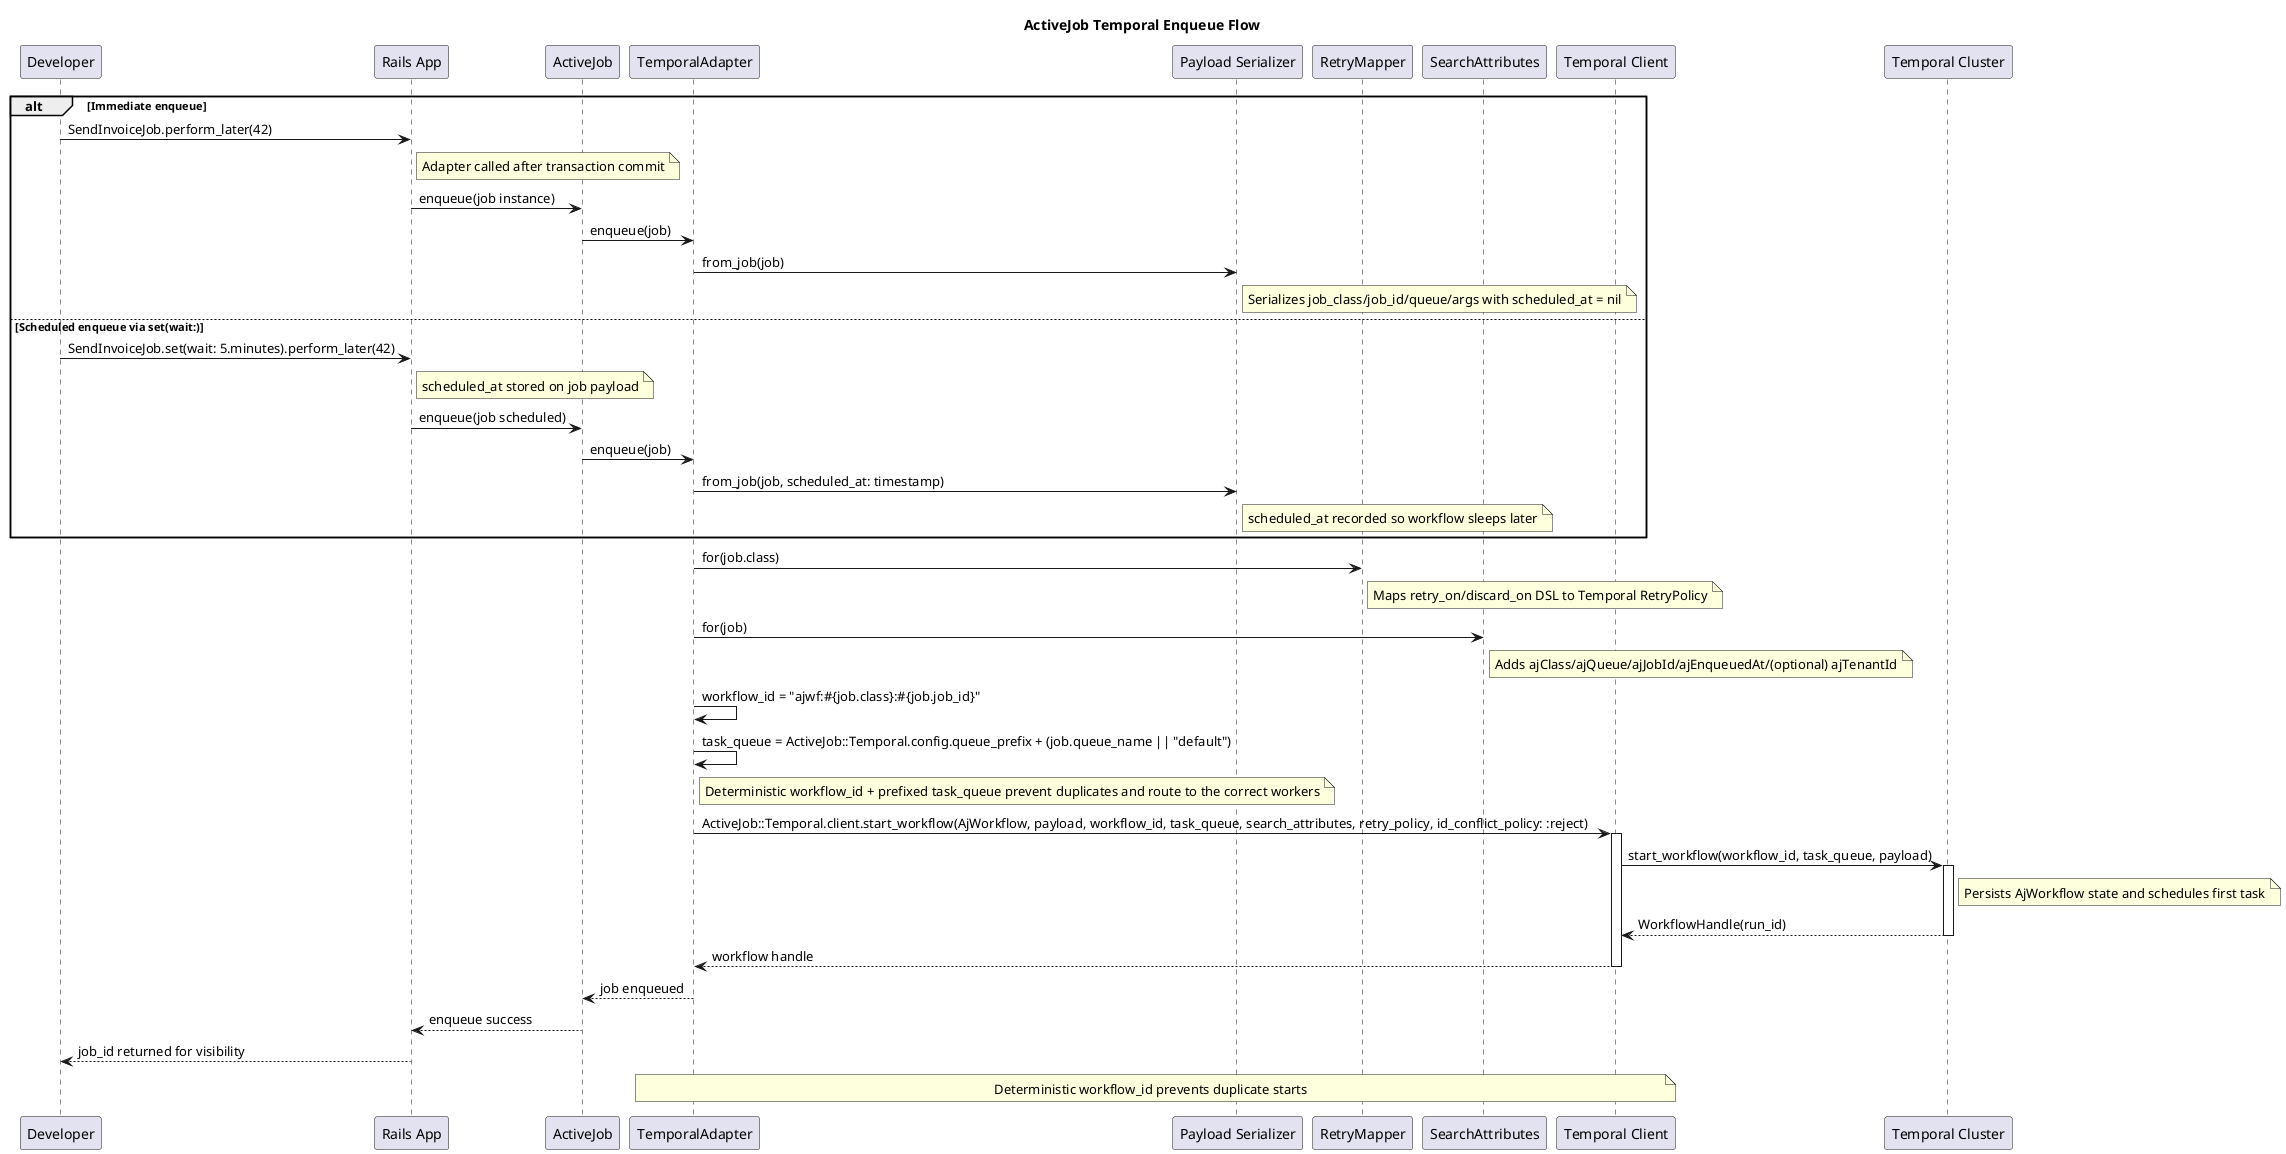
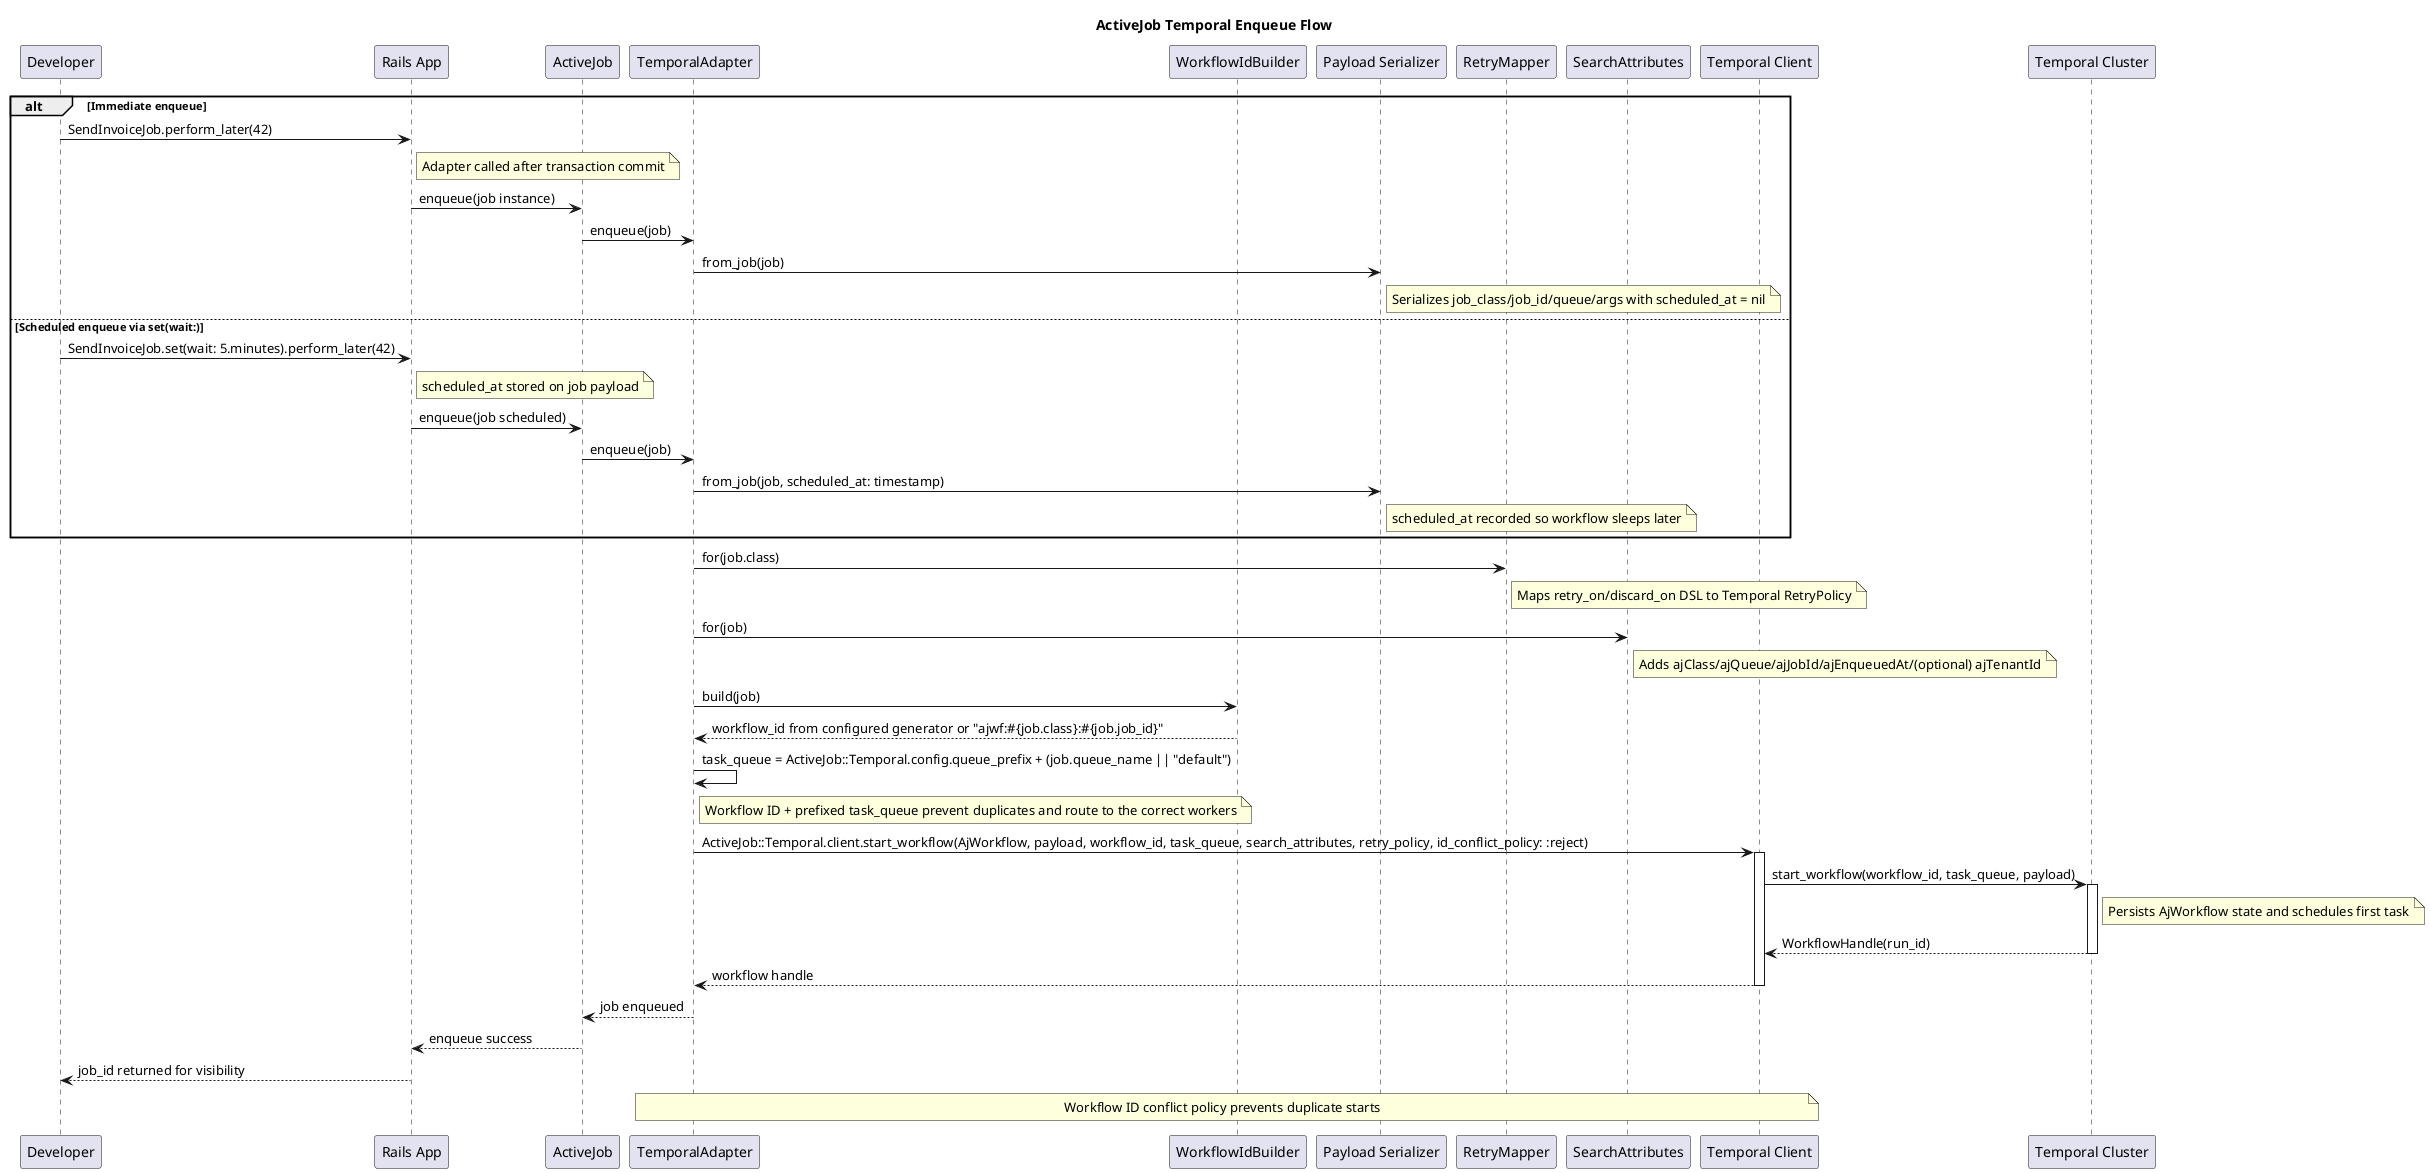
@startuml
title ActiveJob Temporal Enqueue Flow

participant "Developer" as Dev
participant "Rails App" as Rails
participant "ActiveJob" as AJ
participant "TemporalAdapter" as Adapter
+ participant "WorkflowIdBuilder" as Builder
participant "Payload Serializer" as Payload
participant "RetryMapper" as Retry
participant "SearchAttributes" as Search
participant "Temporal Client" as Client
participant "Temporal Cluster" as Temporal

alt Immediate enqueue
  Dev -> Rails: SendInvoiceJob.perform_later(42)
  note right of Rails: Adapter called after transaction commit
  Rails -> AJ: enqueue(job instance)
  AJ -> Adapter: enqueue(job)
  Adapter -> Payload: from_job(job)
  note right of Payload: Serializes job_class/job_id/queue/args with scheduled_at = nil
else Scheduled enqueue via set(wait:)
  Dev -> Rails: SendInvoiceJob.set(wait: 5.minutes).perform_later(42)
  note right of Rails: scheduled_at stored on job payload
  Rails -> AJ: enqueue(job scheduled)
  AJ -> Adapter: enqueue(job)
  Adapter -> Payload: from_job(job, scheduled_at: timestamp)
  note right of Payload: scheduled_at recorded so workflow sleeps later
end
Adapter -> Retry: for(job.class)
note right of Retry: Maps retry_on/discard_on DSL to Temporal RetryPolicy
Adapter -> Search: for(job)
note right of Search: Adds ajClass/ajQueue/ajJobId/ajEnqueuedAt/(optional) ajTenantId
- Adapter -> Adapter: workflow_id = "ajwf:#{job.class}:#{job.job_id}"
+ Adapter -> Builder: build(job)
+ Builder --> Adapter: workflow_id from configured generator or "ajwf:#{job.class}:#{job.job_id}"
Adapter -> Adapter: task_queue = ActiveJob::Temporal.config.queue_prefix + (job.queue_name || "default")
- note right of Adapter: Deterministic workflow_id + prefixed task_queue prevent duplicates and route to the correct workers
+ note right of Adapter: Workflow ID + prefixed task_queue prevent duplicates and route to the correct workers
Adapter -> Client: ActiveJob::Temporal.client.start_workflow(AjWorkflow, payload, workflow_id, task_queue, search_attributes, retry_policy, id_conflict_policy: :reject)
activate Client
Client -> Temporal: start_workflow(workflow_id, task_queue, payload)
activate Temporal
note right of Temporal: Persists AjWorkflow state and schedules first task
Temporal --> Client: WorkflowHandle(run_id)
deactivate Temporal
Client --> Adapter: workflow handle
deactivate Client
Adapter --> AJ: job enqueued
AJ --> Rails: enqueue success
Rails --> Dev: job_id returned for visibility
- note over Adapter, Client: Deterministic workflow_id prevents duplicate starts
+ note over Adapter, Client: Workflow ID conflict policy prevents duplicate starts
@enduml
